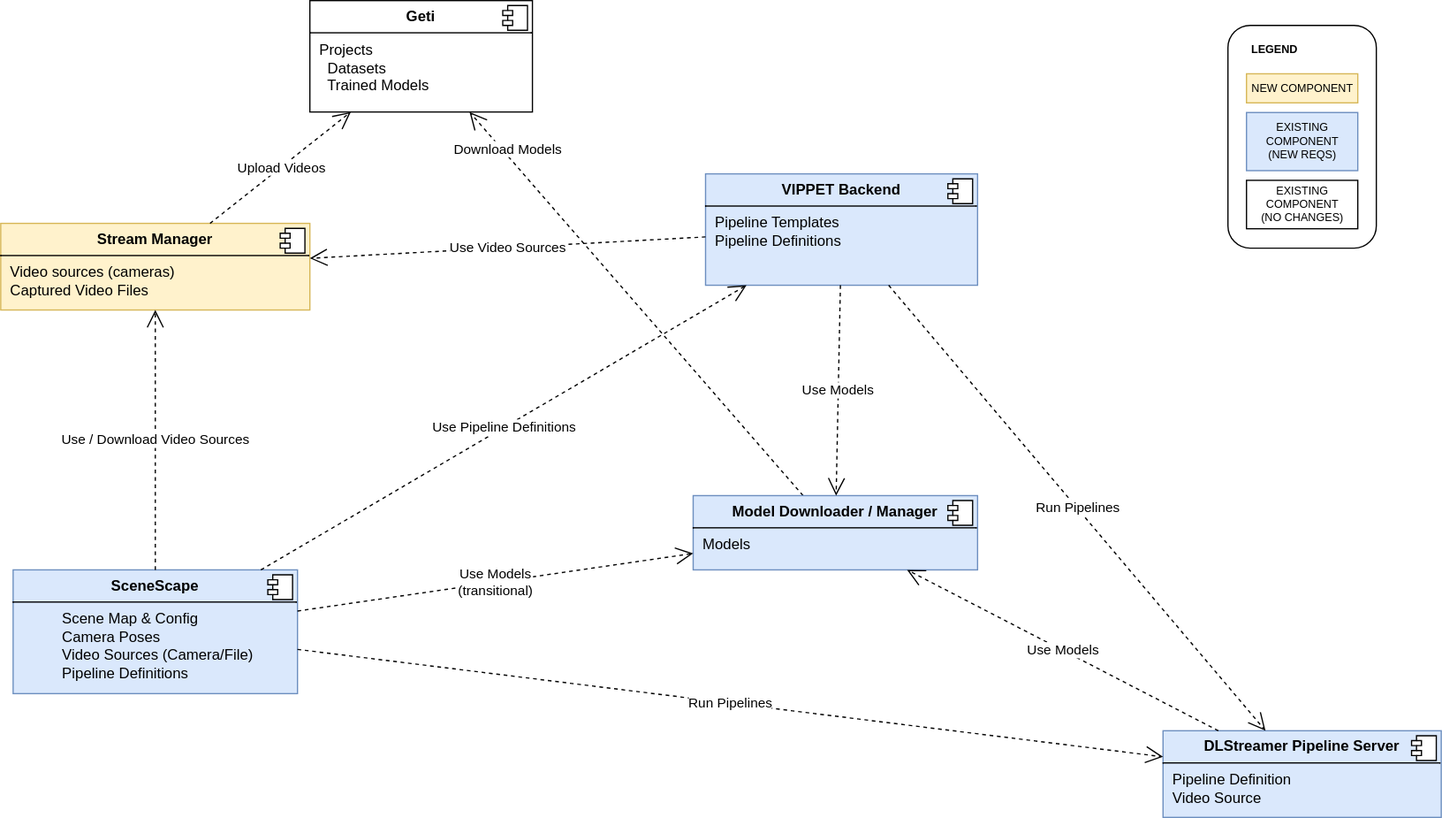
Above: docs/design/assets/SceneScape_MLOps-Component_Interaction.drawio.svg in open-edge-platform/scenescape (draw.io), before the change. Source tidied: cells renumbered, new cells last; positions are measured from the earlier drawing's top-left corner, leaving out a move shared by most shapes.
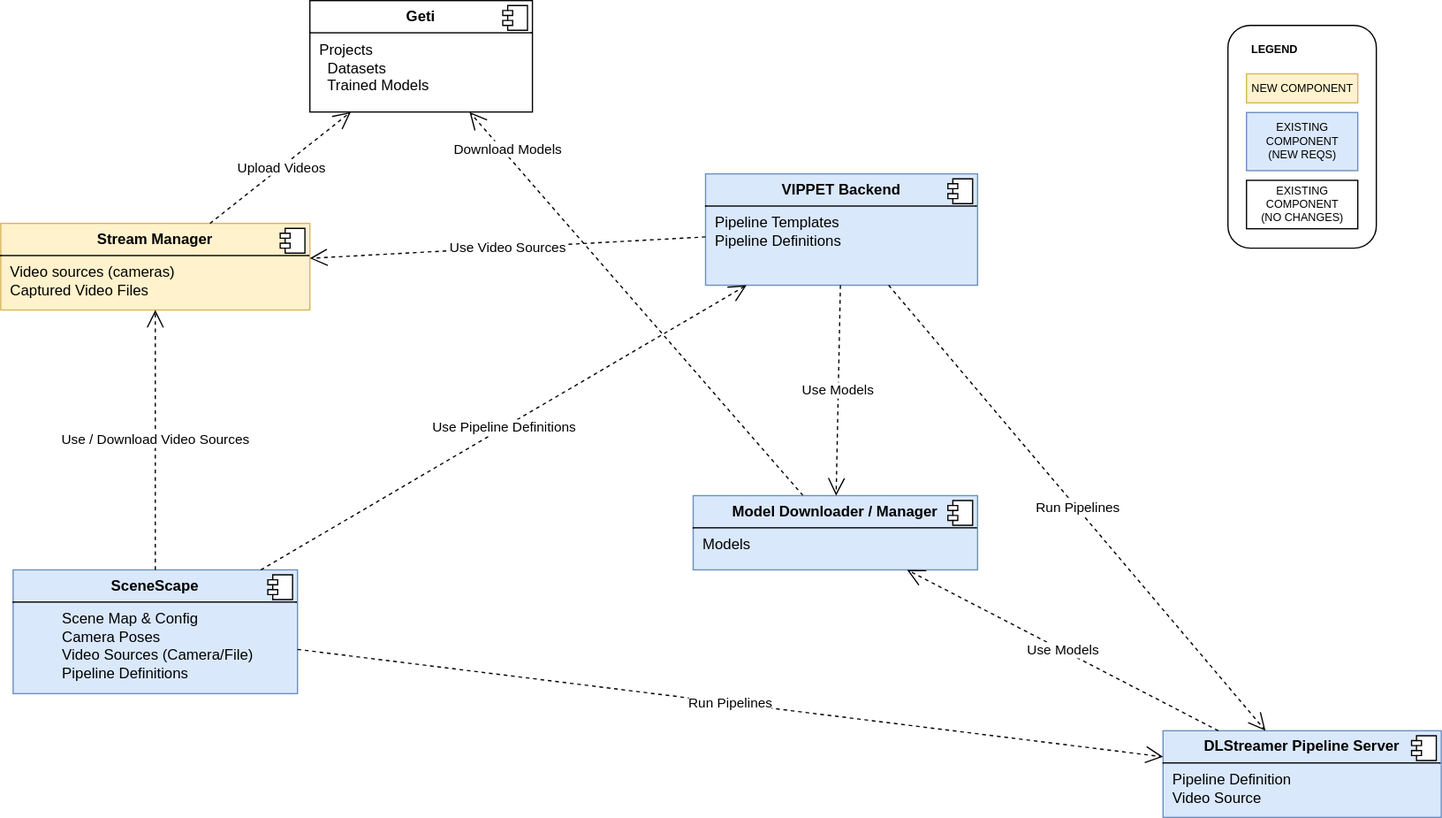
Above is the later version.

What changed in the source:
```diff
@@ -89,9 +89,6 @@
         <mxPoint x="-24" y="4" as="offset" />
       </mxGeometry>
     </mxCell>
-    <mxCell id="27" value="Use Models&lt;br&gt;(transitional)" style="endArrow=open;endSize=12;dashed=1;html=1;rounded=0;" parent="1" edge="1" source="2" target="25">
-      <mxGeometry relative="1" as="geometry" />
-    </mxCell>
     <mxCell id="28" value="Use Models" style="endArrow=open;endSize=12;dashed=1;html=1;rounded=0;" parent="1" edge="1" source="13">
       <mxGeometry relative="1" as="geometry">
         <mxPoint x="733" y="460" as="targetPoint" />
```
